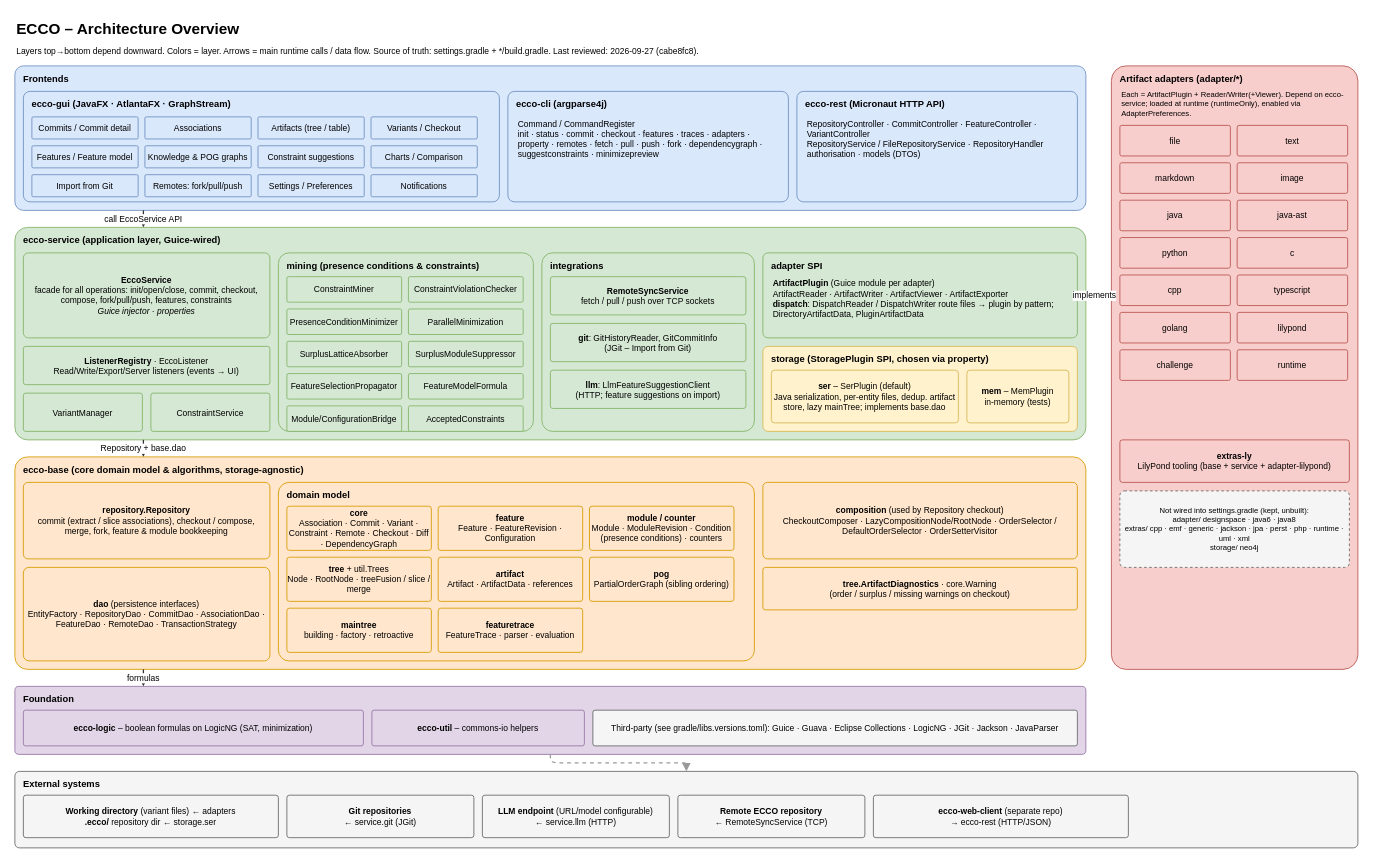
Before: page "Architecture" (1 of 2) of doc/ecco-architecture.drawio in jku-isse/ecco, a draw.io diagram. Source tidied: cells renumbered, new cells numbered last; positions are measured from the earlier drawing's top-left corner, leaving out a move shared by most shapes. Both pictures are drawn from the tidied source at 85%, with x=0, y=0 at pixel (14, 14).
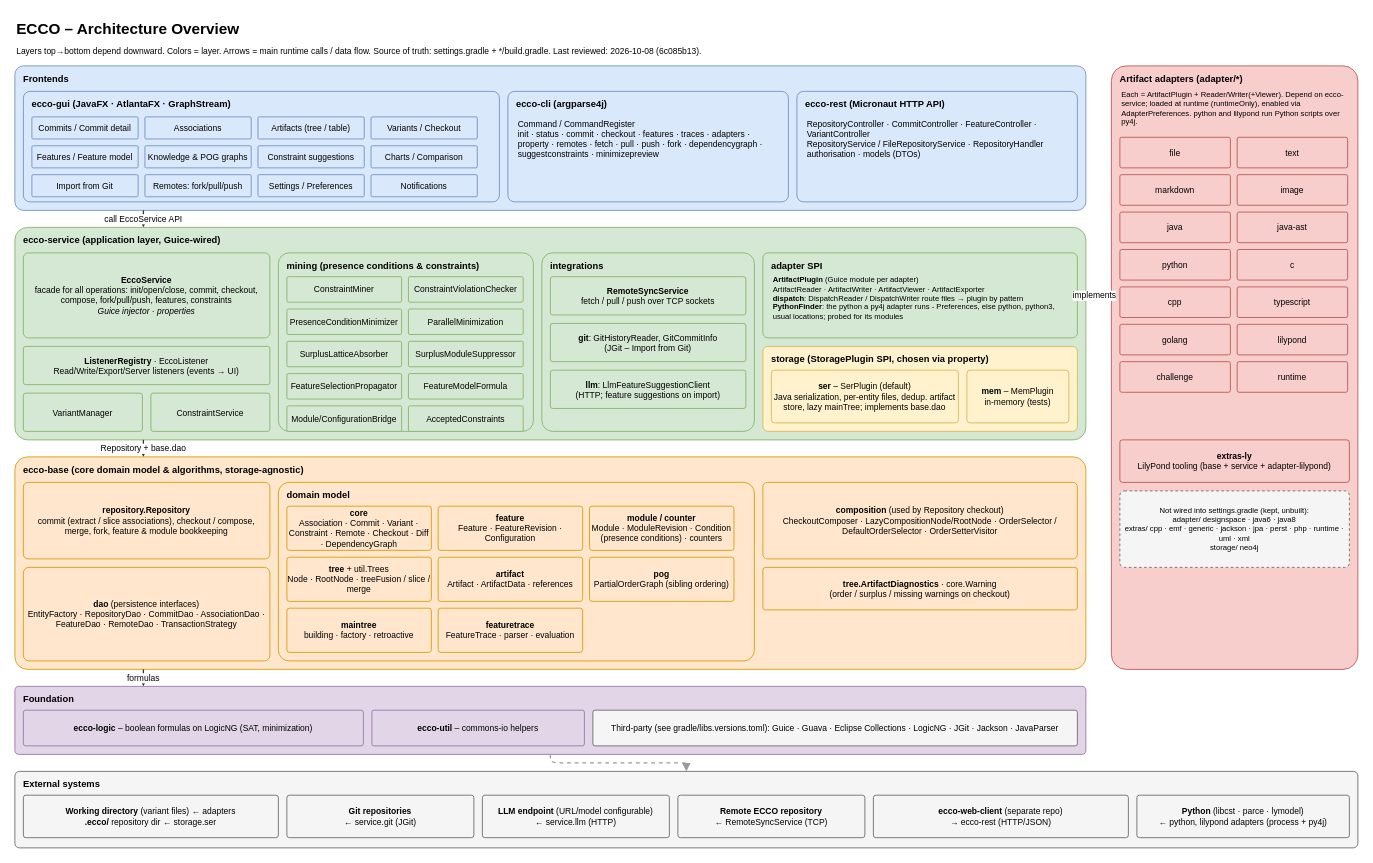
The same diagram, later.

Commit message (it also covers changes not shown here):
Requirements and architecture: python lookup (AD-9), .config on one line, gaps #41-43

Unchanged cells that the change refers to:
```xml
<mxCell id="4" value="Frontends" style="rounded=1;whiteSpace=wrap;html=1;fillColor=#dae8fc;strokeColor=#6c8ebf;fontSize=11;arcSize=6;verticalAlign=top;align=left;spacingLeft=8;spacingTop=2;fontStyle=1;" parent="1" vertex="1">
  <mxGeometry y="60" width="1260" height="170" as="geometry" />
</mxCell>
<mxCell id="22" value="ecco-service  (application layer, Guice-wired)" style="rounded=1;whiteSpace=wrap;html=1;fillColor=#d5e8d4;strokeColor=#82b366;fontSize=11;arcSize=6;verticalAlign=top;align=left;spacingLeft=8;spacingTop=2;fontStyle=1;" parent="1" vertex="1">
  <mxGeometry y="250" width="1260" height="250" as="geometry" />
</mxCell>
<mxCell id="42" value="adapter SPI" style="rounded=1;whiteSpace=wrap;html=1;fillColor=#d5e8d4;strokeColor=#82b366;fontSize=11;arcSize=6;verticalAlign=top;align=left;spacingLeft=8;spacingTop=2;fontStyle=1;" parent="22" vertex="1">
  <mxGeometry x="880" y="30" width="370" height="100" as="geometry" />
</mxCell>
<mxCell id="47" value="ecco-base  (core domain model &amp;amp; algorithms, storage-agnostic)" style="rounded=1;whiteSpace=wrap;html=1;fillColor=#ffe6cc;strokeColor=#d79b00;fontSize=11;arcSize=6;verticalAlign=top;align=left;spacingLeft=8;spacingTop=2;fontStyle=1;" parent="1" vertex="1">
  <mxGeometry y="520" width="1260" height="250" as="geometry" />
</mxCell>
<mxCell id="61" value="Foundation" style="rounded=1;whiteSpace=wrap;html=1;fillColor=#e1d5e7;strokeColor=#9673a6;fontSize=11;arcSize=6;verticalAlign=top;align=left;spacingLeft=8;spacingTop=2;fontStyle=1;" parent="1" vertex="1">
  <mxGeometry y="790" width="1260" height="80" as="geometry" />
</mxCell>
<mxCell id="65" value="Artifact adapters  (adapter/*)" style="rounded=1;whiteSpace=wrap;html=1;fillColor=#f8cecc;strokeColor=#b85450;fontSize=11;arcSize=6;verticalAlign=top;align=left;spacingLeft=8;spacingTop=2;fontStyle=1;" parent="1" vertex="1">
  <mxGeometry x="1290" y="60" width="290" height="710" as="geometry" />
</mxCell>
<mxCell id="83" value="External systems" style="rounded=1;whiteSpace=wrap;html=1;fillColor=#f5f5f5;strokeColor=#666666;fontSize=11;arcSize=6;verticalAlign=top;align=left;spacingLeft=8;spacingTop=2;fontStyle=1;" parent="1" vertex="1">
  <mxGeometry y="890" width="1580" height="90" as="geometry" />
</mxCell>
```

The edit, as a diff of the source:
```diff
@@
-    <mxCell id="3" value="Layers top→bottom depend downward. Colors = layer. Arrows = main runtime calls / data flow. Source of truth: settings.gradle + */build.gradle. Last reviewed: 2026-09-27 (cabe8fc8)." style="text;html=1;whiteSpace=wrap;align=left;verticalAlign=top;fontSize=10;" parent="1" vertex="1">
+    <mxCell id="3" value="Layers top→bottom depend downward. Colors = layer. Arrows = main runtime calls / data flow. Source of truth: settings.gradle + */build.gradle. Last reviewed: 2026-10-08 (6c085b13)." style="text;html=1;whiteSpace=wrap;align=left;verticalAlign=top;fontSize=10;" parent="1" vertex="1">
       <mxGeometry y="30" width="1300" height="20" as="geometry" />
     </mxCell>
@@
-    <mxCell id="43" value="&lt;b&gt;ArtifactPlugin&lt;/b&gt; (Guice module per adapter)&lt;br&gt;ArtifactReader · ArtifactWriter · ArtifactViewer · ArtifactExporter&lt;br&gt;&lt;b&gt;dispatch&lt;/b&gt;: DispatchReader / DispatchWriter route files → plugin by pattern; DirectoryArtifactData, PluginArtifactData" style="text;html=1;whiteSpace=wrap;align=left;verticalAlign=top;fontSize=10;" parent="42" vertex="1">
-      <mxGeometry x="10" y="24" width="350" height="70" as="geometry" />
+    <mxCell id="43" value="&lt;b&gt;ArtifactPlugin&lt;/b&gt; (Guice module per adapter)&lt;br&gt;ArtifactReader · ArtifactWriter · ArtifactViewer · ArtifactExporter&lt;br&gt;&lt;b&gt;dispatch&lt;/b&gt;: DispatchReader / DispatchWriter route files → plugin by pattern&lt;br&gt;&lt;b&gt;PythonFinder&lt;/b&gt;: the python a py4j adapter runs - Preferences, else python, python3, usual locations; probed for its modules" style="text;html=1;whiteSpace=wrap;align=left;verticalAlign=top;fontSize=9;" parent="42" vertex="1">
+      <mxGeometry x="10" y="20" width="350" height="78" as="geometry" />
     </mxCell>
@@
-    <mxCell id="66" value="Each = ArtifactPlugin + Reader/Writer(+Viewer). Depend on ecco-service; loaded at runtime (runtimeOnly), enabled via AdapterPreferences." style="text;html=1;whiteSpace=wrap;align=left;verticalAlign=top;fontSize=9;" parent="65" vertex="1">
-      <mxGeometry x="10" y="22" width="270" height="40" as="geometry" />
+    <mxCell id="66" value="Each = ArtifactPlugin + Reader/Writer(+Viewer). Depend on ecco-service; loaded at runtime (runtimeOnly), enabled via AdapterPreferences. python and lilypond run Python scripts over py4j." style="text;html=1;whiteSpace=wrap;align=left;verticalAlign=top;fontSize=9;" parent="65" vertex="1">
+      <mxGeometry x="10" y="22" width="270" height="48" as="geometry" />
     </mxCell>
     <mxCell id="67" value="file" style="rounded=1;whiteSpace=wrap;html=1;fillColor=#f8cecc;strokeColor=#b85450;fontSize=10;arcSize=6;align=center;" parent="65" vertex="1">
-      <mxGeometry x="10" y="70" width="130" height="36" as="geometry" />
+      <mxGeometry x="10" y="84" width="130" height="36" as="geometry" />
     </mxCell>
     <mxCell id="68" value="text" style="rounded=1;whiteSpace=wrap;html=1;fillColor=#f8cecc;strokeColor=#b85450;fontSize=10;arcSize=6;align=center;" parent="65" vertex="1">
-      <mxGeometry x="148" y="70" width="130" height="36" as="geometry" />
+      <mxGeometry x="148" y="84" width="130" height="36" as="geometry" />
     </mxCell>
     <mxCell id="69" value="markdown" style="rounded=1;whiteSpace=wrap;html=1;fillColor=#f8cecc;strokeColor=#b85450;fontSize=10;arcSize=6;align=center;" parent="65" vertex="1">
-      <mxGeometry x="10" y="114" width="130" height="36" as="geometry" />
+      <mxGeometry x="10" y="128" width="130" height="36" as="geometry" />
     </mxCell>
     <mxCell id="70" value="image" style="rounded=1;whiteSpace=wrap;html=1;fillColor=#f8cecc;strokeColor=#b85450;fontSize=10;arcSize=6;align=center;" parent="65" vertex="1">
-      <mxGeometry x="148" y="114" width="130" height="36" as="geometry" />
+      <mxGeometry x="148" y="128" width="130" height="36" as="geometry" />
     </mxCell>
     <mxCell id="71" value="java" style="rounded=1;whiteSpace=wrap;html=1;fillColor=#f8cecc;strokeColor=#b85450;fontSize=10;arcSize=6;align=center;" parent="65" vertex="1">
-      <mxGeometry x="10" y="158" width="130" height="36" as="geometry" />
+      <mxGeometry x="10" y="172" width="130" height="36" as="geometry" />
     </mxCell>
     <mxCell id="72" value="java-ast" style="rounded=1;whiteSpace=wrap;html=1;fillColor=#f8cecc;strokeColor=#b85450;fontSize=10;arcSize=6;align=center;" parent="65" vertex="1">
-      <mxGeometry x="148" y="158" width="130" height="36" as="geometry" />
+      <mxGeometry x="148" y="172" width="130" height="36" as="geometry" />
     </mxCell>
     <mxCell id="73" value="python" style="rounded=1;whiteSpace=wrap;html=1;fillColor=#f8cecc;strokeColor=#b85450;fontSize=10;arcSize=6;align=center;" parent="65" vertex="1">
-      <mxGeometry x="10" y="202" width="130" height="36" as="geometry" />
+      <mxGeometry x="10" y="216" width="130" height="36" as="geometry" />
     </mxCell>
     <mxCell id="74" value="c" style="rounded=1;whiteSpace=wrap;html=1;fillColor=#f8cecc;strokeColor=#b85450;fontSize=10;arcSize=6;align=center;" parent="65" vertex="1">
-      <mxGeometry x="148" y="202" width="130" height="36" as="geometry" />
+      <mxGeometry x="148" y="216" width="130" height="36" as="geometry" />
     </mxCell>
     <mxCell id="75" value="cpp" style="rounded=1;whiteSpace=wrap;html=1;fillColor=#f8cecc;strokeColor=#b85450;fontSize=10;arcSize=6;align=center;" parent="65" vertex="1">
-      <mxGeometry x="10" y="246" width="130" height="36" as="geometry" />
+      <mxGeometry x="10" y="260" width="130" height="36" as="geometry" />
     </mxCell>
     <mxCell id="76" value="typescript" style="rounded=1;whiteSpace=wrap;html=1;fillColor=#f8cecc;strokeColor=#b85450;fontSize=10;arcSize=6;align=center;" parent="65" vertex="1">
-      <mxGeometry x="148" y="246" width="130" height="36" as="geometry" />
+      <mxGeometry x="148" y="260" width="130" height="36" as="geometry" />
     </mxCell>
     <mxCell id="77" value="golang" style="rounded=1;whiteSpace=wrap;html=1;fillColor=#f8cecc;strokeColor=#b85450;fontSize=10;arcSize=6;align=center;" parent="65" vertex="1">
-      <mxGeometry x="10" y="290" width="130" height="36" as="geometry" />
+      <mxGeometry x="10" y="304" width="130" height="36" as="geometry" />
     </mxCell>
     <mxCell id="78" value="lilypond" style="rounded=1;whiteSpace=wrap;html=1;fillColor=#f8cecc;strokeColor=#b85450;fontSize=10;arcSize=6;align=center;" parent="65" vertex="1">
-      <mxGeometry x="148" y="290" width="130" height="36" as="geometry" />
+      <mxGeometry x="148" y="304" width="130" height="36" as="geometry" />
     </mxCell>
     <mxCell id="79" value="challenge" style="rounded=1;whiteSpace=wrap;html=1;fillColor=#f8cecc;strokeColor=#b85450;fontSize=10;arcSize=6;align=center;" parent="65" vertex="1">
-      <mxGeometry x="10" y="334" width="130" height="36" as="geometry" />
+      <mxGeometry x="10" y="348" width="130" height="36" as="geometry" />
     </mxCell>
     <mxCell id="80" value="runtime" style="rounded=1;whiteSpace=wrap;html=1;fillColor=#f8cecc;strokeColor=#b85450;fontSize=10;arcSize=6;align=center;" parent="65" vertex="1">
-      <mxGeometry x="148" y="334" width="130" height="36" as="geometry" />
+      <mxGeometry x="148" y="348" width="130" height="36" as="geometry" />
     </mxCell>
@@
-    <mxCell id="89" value="call EccoService API" style="edgeStyle=orthogonalEdgeStyle;rounded=1;html=1;endArrow=block;endFill=1;strokeColor=#333333;fontSize=10;labelBackgroundColor=#ffffff;strokeWidth=1.5;exitX=0.12;exitY=1;exitDx=0;exitDy=0;entryX=0.12;entryY=0;entryDx=0;entryDy=0;" parent="1" edge="1" source="4" target="22">
-      <mxGeometry relative="1" as="geometry" />
+    <mxCell id="89" value="&lt;b&gt;Python&lt;/b&gt; (libcst · parce · lymodel)&lt;br&gt;← python, lilypond adapters (process + py4j)" style="rounded=1;whiteSpace=wrap;html=1;fillColor=#f5f5f5;strokeColor=#666666;fontSize=10;arcSize=6;align=center;" parent="83" vertex="1">
+      <mxGeometry x="1320" y="28" width="250" height="50" as="geometry" />
     </mxCell>
-    <mxCell id="90" value="Repository + base.dao" style="edgeStyle=orthogonalEdgeStyle;rounded=1;html=1;endArrow=block;endFill=1;strokeColor=#333333;fontSize=10;labelBackgroundColor=#ffffff;strokeWidth=1.5;exitX=0.12;exitY=1;exitDx=0;exitDy=0;entryX=0.12;entryY=0;entryDx=0;entryDy=0;" parent="1" edge="1" source="22" target="47">
+    <mxCell id="90" value="call EccoService API" style="edgeStyle=orthogonalEdgeStyle;rounded=1;html=1;endArrow=block;endFill=1;strokeColor=#333333;fontSize=10;labelBackgroundColor=#ffffff;strokeWidth=1.5;exitX=0.12;exitY=1;exitDx=0;exitDy=0;entryX=0.12;entryY=0;entryDx=0;entryDy=0;" parent="1" edge="1" source="4" target="22">
       <mxGeometry relative="1" as="geometry" />
     </mxCell>
-    <mxCell id="91" value="formulas" style="edgeStyle=orthogonalEdgeStyle;rounded=1;html=1;endArrow=block;endFill=1;strokeColor=#333333;fontSize=10;labelBackgroundColor=#ffffff;strokeWidth=1.5;exitX=0.12;exitY=1;exitDx=0;exitDy=0;entryX=0.12;entryY=0;entryDx=0;entryDy=0;" parent="1" edge="1" source="47" target="61">
+    <mxCell id="91" value="Repository + base.dao" style="edgeStyle=orthogonalEdgeStyle;rounded=1;html=1;endArrow=block;endFill=1;strokeColor=#333333;fontSize=10;labelBackgroundColor=#ffffff;strokeWidth=1.5;exitX=0.12;exitY=1;exitDx=0;exitDy=0;entryX=0.12;entryY=0;entryDx=0;entryDy=0;" parent="1" edge="1" source="22" target="47">
       <mxGeometry relative="1" as="geometry" />
     </mxCell>
-    <mxCell id="92" style="edgeStyle=orthogonalEdgeStyle;rounded=1;html=1;endArrow=block;endFill=1;strokeColor=#999999;fontSize=10;labelBackgroundColor=#ffffff;strokeWidth=1.5;exitX=0.5;exitY=1;exitDx=0;exitDy=0;entryX=0.5;entryY=0;entryDx=0;entryDy=0;dashed=1;" parent="1" edge="1" source="61" target="83">
+    <mxCell id="92" value="formulas" style="edgeStyle=orthogonalEdgeStyle;rounded=1;html=1;endArrow=block;endFill=1;strokeColor=#333333;fontSize=10;labelBackgroundColor=#ffffff;strokeWidth=1.5;exitX=0.12;exitY=1;exitDx=0;exitDy=0;entryX=0.12;entryY=0;entryDx=0;entryDy=0;" parent="1" edge="1" source="47" target="61">
       <mxGeometry relative="1" as="geometry" />
     </mxCell>
-    <mxCell id="93" value="implements" style="edgeStyle=orthogonalEdgeStyle;rounded=1;html=1;endArrow=block;endFill=1;strokeColor=#333333;fontSize=10;labelBackgroundColor=#ffffff;strokeWidth=1.5;exitX=0;exitY=0.38;exitDx=0;exitDy=0;entryX=1;entryY=0.5;entryDx=0;entryDy=0;dashed=1;" parent="1" edge="1" source="65" target="42">
+    <mxCell id="93" style="edgeStyle=orthogonalEdgeStyle;rounded=1;html=1;endArrow=block;endFill=1;strokeColor=#999999;fontSize=10;labelBackgroundColor=#ffffff;strokeWidth=1.5;exitX=0.5;exitY=1;exitDx=0;exitDy=0;entryX=0.5;entryY=0;entryDx=0;entryDy=0;dashed=1;" parent="1" edge="1" source="61" target="83">
       <mxGeometry relative="1" as="geometry" />
     </mxCell>
+    <mxCell id="94" value="implements" style="edgeStyle=orthogonalEdgeStyle;rounded=1;html=1;endArrow=block;endFill=1;strokeColor=#333333;fontSize=10;labelBackgroundColor=#ffffff;strokeWidth=1.5;exitX=0;exitY=0.38;exitDx=0;exitDy=0;entryX=1;entryY=0.5;entryDx=0;entryDy=0;dashed=1;" parent="1" edge="1" source="65" target="42">
+      <mxGeometry relative="1" as="geometry" />
+    </mxCell>
```
